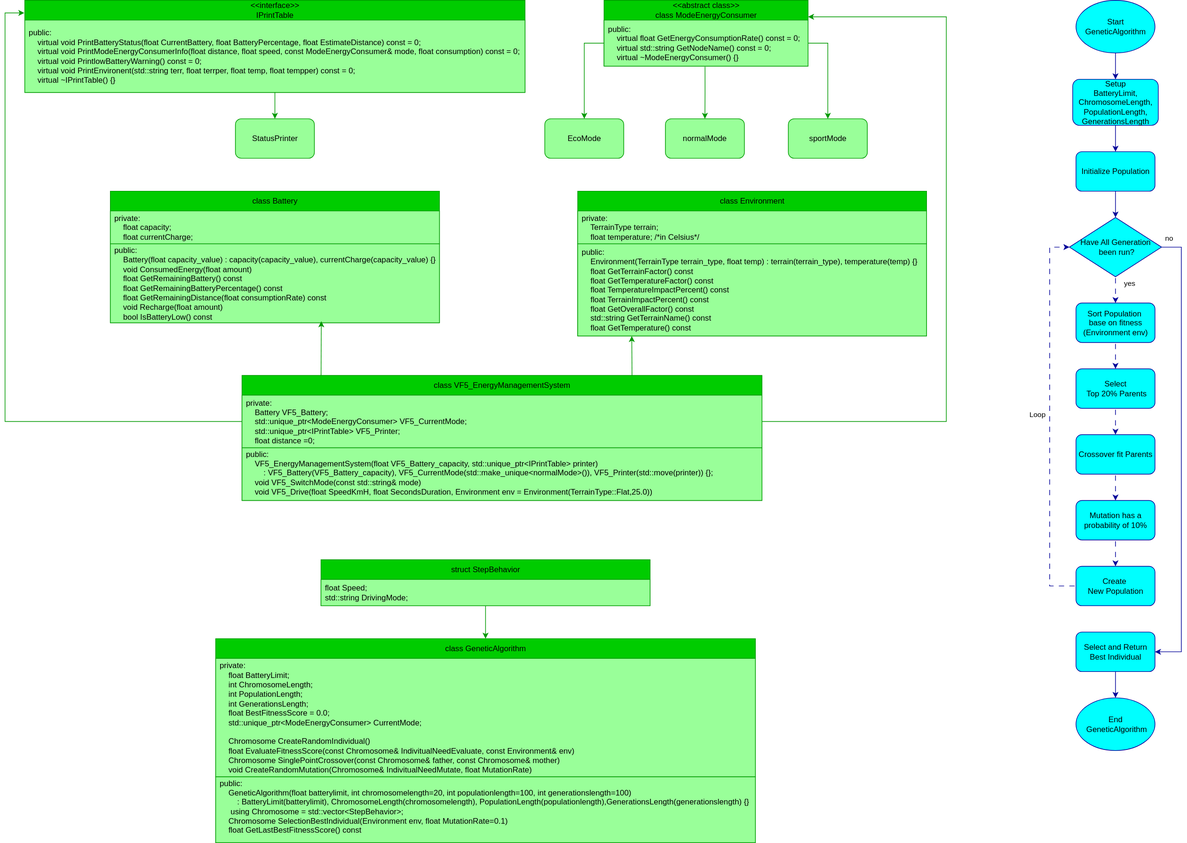
The draw.io diagram automotive/document/VF5_Energy_Management_GeneticAlgorithm.svg in BaKhai24/C-plus-plus, before a commit. Source tidied: cells renumbered, new cells last; positions are measured from the earlier drawing's top-left corner, leaving out a move shared by most shapes.
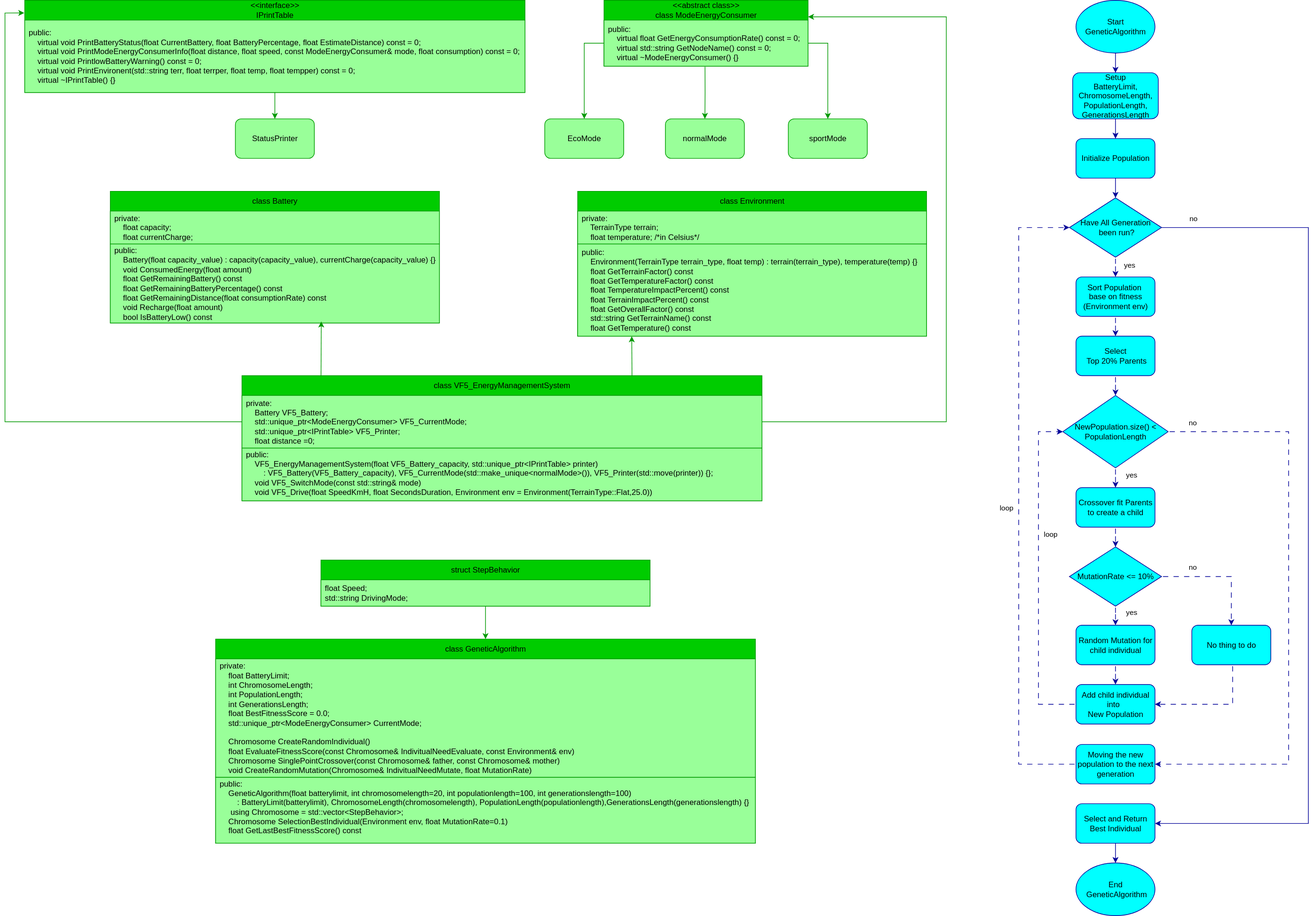
The same file after the commit.

Commit message:
update-energy-management-genetic-algorithm-4

The edit, as a diff of the source:
```diff
@@ -103,13 +103,13 @@
       <mxGeometry relative="1" as="geometry" />
     </mxCell>
     <mxCell id="30" value="Initialize Population" style="rounded=1;whiteSpace=wrap;html=1;strokeColor=#000099;fillColor=#00FFFF;" parent="1" vertex="1">
-      <mxGeometry x="1627" y="230" width="120" height="60" as="geometry" />
+      <mxGeometry x="1627" y="210" width="120" height="60" as="geometry" />
     </mxCell>
     <mxCell id="31" style="edgeStyle=orthogonalEdgeStyle;rounded=0;jettySize=auto;html=1;entryX=0.5;entryY=0;entryDx=0;entryDy=0;strokeColor=#000099;fillColor=#00FFFF;flowAnimation=1;" parent="1" edge="1" source="32" target="39">
       <mxGeometry relative="1" as="geometry" />
     </mxCell>
     <mxCell id="32" value="Sort Population&amp;nbsp;&lt;div&gt;base on fitness&lt;/div&gt;&lt;div&gt;(Environment&amp;nbsp;env)&lt;/div&gt;" style="rounded=1;whiteSpace=wrap;html=1;strokeColor=#000099;fillColor=#00FFFF;" parent="1" vertex="1">
-      <mxGeometry x="1627" y="460" width="120" height="60" as="geometry" />
+      <mxGeometry x="1627" y="420" width="120" height="60" as="geometry" />
     </mxCell>
     <mxCell id="33" style="edgeStyle=orthogonalEdgeStyle;rounded=0;jettySize=auto;html=1;entryX=0.5;entryY=0;entryDx=0;entryDy=0;strokeColor=#000099;fillColor=#00FFFF;flowAnimation=1;" parent="1" edge="1" source="37" target="32">
       <mxGeometry relative="1" as="geometry" />
@@ -122,67 +122,67 @@
     <mxCell id="35" style="edgeStyle=orthogonalEdgeStyle;rounded=0;jettySize=auto;html=1;entryX=1;entryY=0.5;entryDx=0;entryDy=0;strokeColor=#000099;fillColor=#00FFFF;" parent="1" edge="1" source="37" target="48">
       <mxGeometry relative="1" as="geometry">
         <Array as="points">
-          <mxPoint x="1787" y="375" />
-          <mxPoint x="1787" y="990" />
+          <mxPoint x="1980" y="345" />
+          <mxPoint x="1980" y="1250" />
         </Array>
       </mxGeometry>
     </mxCell>
     <mxCell id="36" value="no" style="edgeLabel;html=1;align=center;verticalAlign=middle;strokeColor=#000099;fillColor=#00FFFF;" parent="35" vertex="1">
       <mxGeometry x="-0.94" y="-1" relative="1" as="geometry">
-        <mxPoint x="-10" y="-16" as="offset" />
+        <mxPoint x="7" y="-16" as="offset" />
       </mxGeometry>
     </mxCell>
     <mxCell id="37" value="Have All Generation&lt;div&gt;&amp;nbsp;been run?&lt;/div&gt;" style="rhombus;whiteSpace=wrap;html=1;strokeColor=#000099;fillColor=#00FFFF;" parent="1" vertex="1">
-      <mxGeometry x="1617" y="330" width="140" height="90" as="geometry" />
+      <mxGeometry x="1617" y="300" width="140" height="90" as="geometry" />
     </mxCell>
-    <mxCell id="38" style="edgeStyle=orthogonalEdgeStyle;rounded=0;jettySize=auto;html=1;entryX=0.5;entryY=0;entryDx=0;entryDy=0;strokeColor=#000099;fillColor=#00FFFF;flowAnimation=1;" parent="1" edge="1" source="39" target="41">
-      <mxGeometry relative="1" as="geometry" />
-    </mxCell>
+    <mxCell id="58" style="edgeStyle=orthogonalEdgeStyle;rounded=0;jettySize=auto;html=1;strokeColor=#000099;flowAnimation=1;" parent="1" edge="1" source="39" target="66">
+      <mxGeometry relative="1" as="geometry" />
+    </mxCell>
     <mxCell id="39" value="Select&lt;div&gt;&amp;nbsp;Top 20% Parents&lt;/div&gt;" style="rounded=1;whiteSpace=wrap;html=1;strokeColor=#000099;fillColor=#00FFFF;" parent="1" vertex="1">
-      <mxGeometry x="1627" y="560" width="120" height="60" as="geometry" />
+      <mxGeometry x="1627" y="510" width="120" height="60" as="geometry" />
     </mxCell>
-    <mxCell id="40" style="edgeStyle=orthogonalEdgeStyle;rounded=0;jettySize=auto;html=1;strokeColor=#000099;fillColor=#00FFFF;flowAnimation=1;" parent="1" edge="1" source="41" target="43">
-      <mxGeometry relative="1" as="geometry" />
-    </mxCell>
+    <mxCell id="59" style="edgeStyle=orthogonalEdgeStyle;rounded=0;jettySize=auto;html=1;strokeColor=#000099;flowAnimation=1;" parent="1" edge="1" source="41" target="76">
+      <mxGeometry relative="1" as="geometry" />
+    </mxCell>
-    <mxCell id="41" value="Crossover fit Parents" style="rounded=1;whiteSpace=wrap;html=1;strokeColor=#000099;fillColor=#00FFFF;" parent="1" vertex="1">
-      <mxGeometry x="1627" y="660" width="120" height="60" as="geometry" />
+    <mxCell id="41" value="Crossover fit Parents&lt;div&gt;to create a child&lt;/div&gt;" style="rounded=1;whiteSpace=wrap;html=1;strokeColor=#000099;fillColor=#00FFFF;" parent="1" vertex="1">
+      <mxGeometry x="1627" y="740" width="120" height="60" as="geometry" />
     </mxCell>
-    <mxCell id="42" style="edgeStyle=orthogonalEdgeStyle;rounded=0;jettySize=auto;html=1;strokeColor=#000099;fillColor=#00FFFF;flowAnimation=1;" parent="1" edge="1" source="43" target="46">
+    <mxCell id="42" style="edgeStyle=orthogonalEdgeStyle;rounded=0;jettySize=auto;html=1;strokeColor=#000099;flowAnimation=1;" parent="1" edge="1" source="43" target="46">
       <mxGeometry relative="1" as="geometry" />
     </mxCell>
-    <mxCell id="43" value="Mutation has a probability of 10%" style="rounded=1;whiteSpace=wrap;html=1;strokeColor=#000099;fillColor=#00FFFF;" parent="1" vertex="1">
-      <mxGeometry x="1627" y="760" width="120" height="60" as="geometry" />
+    <mxCell id="43" value="Random Mutation for&lt;div&gt;child individual&lt;/div&gt;" style="rounded=1;whiteSpace=wrap;html=1;strokeColor=#000099;fillColor=#00FFFF;" parent="1" vertex="1">
+      <mxGeometry x="1627" y="949" width="120" height="60" as="geometry" />
     </mxCell>
-    <mxCell id="44" style="edgeStyle=orthogonalEdgeStyle;rounded=0;jettySize=auto;html=1;entryX=0;entryY=0.5;entryDx=0;entryDy=0;strokeColor=#000099;fillColor=#00FFFF;flowAnimation=1;" parent="1" edge="1" source="46" target="37">
-      <mxGeometry relative="1" as="geometry">
-        <Array as="points">
-          <mxPoint x="1587" y="890" />
-          <mxPoint x="1587" y="375" />
-        </Array>
-      </mxGeometry>
-    </mxCell>
-    <mxCell id="45" value="Loop" style="edgeLabel;html=1;align=center;verticalAlign=middle;strokeColor=#000099;fillColor=#00FFFF;" parent="44" vertex="1">
-      <mxGeometry x="0.03" y="-2" relative="1" as="geometry">
-        <mxPoint x="-22" as="offset" />
-      </mxGeometry>
-    </mxCell>
+    <mxCell id="60" style="edgeStyle=orthogonalEdgeStyle;rounded=0;jettySize=auto;html=1;entryX=0;entryY=0.5;entryDx=0;entryDy=0;strokeColor=#000099;flowAnimation=1;" parent="1" edge="1" source="46" target="66">
+      <mxGeometry relative="1" as="geometry">
+        <Array as="points">
+          <mxPoint x="1570" y="1069" />
+          <mxPoint x="1570" y="655" />
+        </Array>
+      </mxGeometry>
+    </mxCell>
+    <mxCell id="61" value="loop" style="edgeLabel;html=1;align=center;verticalAlign=middle;strokeColor=#000099;" parent="60" vertex="1">
+      <mxGeometry x="0.15" y="3" relative="1" as="geometry">
+        <mxPoint x="20" y="-24" as="offset" />
+      </mxGeometry>
+    </mxCell>
-    <mxCell id="46" value="Create&amp;nbsp;&lt;div&gt;New Population&lt;/div&gt;" style="rounded=1;whiteSpace=wrap;html=1;strokeColor=#000099;fillColor=#00FFFF;" parent="1" vertex="1">
-      <mxGeometry x="1627" y="860" width="120" height="60" as="geometry" />
+    <mxCell id="46" value="Add child individual into&amp;nbsp;&amp;nbsp;&lt;div&gt;New Population&lt;/div&gt;" style="rounded=1;whiteSpace=wrap;html=1;strokeColor=#000099;fillColor=#00FFFF;" parent="1" vertex="1">
+      <mxGeometry x="1627" y="1039" width="120" height="60" as="geometry" />
     </mxCell>
     <mxCell id="47" style="edgeStyle=orthogonalEdgeStyle;rounded=0;jettySize=auto;html=1;strokeColor=#000099;fillColor=#00FFFF;" parent="1" edge="1" source="48" target="49">
       <mxGeometry relative="1" as="geometry" />
     </mxCell>
     <mxCell id="48" value="Select and Return&lt;div&gt;Best Individual&lt;/div&gt;" style="rounded=1;whiteSpace=wrap;html=1;strokeColor=#000099;fillColor=#00FFFF;" parent="1" vertex="1">
-      <mxGeometry x="1627" y="960" width="120" height="60" as="geometry" />
+      <mxGeometry x="1627" y="1220" width="120" height="60" as="geometry" />
     </mxCell>
     <mxCell id="49" value="End&lt;div&gt;&amp;nbsp;GeneticAlgorithm&lt;/div&gt;" style="ellipse;whiteSpace=wrap;html=1;strokeColor=#000099;fillColor=#00FFFF;" parent="1" vertex="1">
-      <mxGeometry x="1627" y="1060" width="120" height="80" as="geometry" />
+      <mxGeometry x="1627" y="1310" width="120" height="80" as="geometry" />
     </mxCell>
     <mxCell id="50" style="edgeStyle=orthogonalEdgeStyle;rounded=0;jettySize=auto;html=1;strokeColor=#000099;fillColor=#00FFFF;" parent="1" edge="1" source="51" target="30">
       <mxGeometry relative="1" as="geometry" />
     </mxCell>
     <mxCell id="51" value="Setup&lt;div&gt;BatteryLimit, ChromosomeLength, PopulationLength, GenerationsLength&lt;/div&gt;" style="rounded=1;whiteSpace=wrap;html=1;strokeColor=#000099;fillColor=#00FFFF;" parent="1" vertex="1">
-      <mxGeometry x="1622" y="120" width="130" height="70" as="geometry" />
+      <mxGeometry x="1622" y="110" width="130" height="70" as="geometry" />
     </mxCell>
     <mxCell id="52" value="class GeneticAlgorithm" style="swimlane;fontStyle=0;horizontal=1;startSize=30;whiteSpace=wrap;html=1;strokeColor=#009900;fillColor=#00CC00;" parent="1" vertex="1">
       <mxGeometry x="320" y="970" width="820" height="310" as="geometry" />
@@ -202,5 +202,75 @@
     <mxCell id="57" value="&lt;div&gt;&lt;span style=&quot;background-color: transparent; color: light-dark(rgb(0, 0, 0), rgb(255, 255, 255));&quot;&gt;float Speed;&amp;nbsp; &amp;nbsp;&lt;/span&gt;&lt;/div&gt;&lt;div&gt;std::string DrivingMode;&lt;/div&gt;" style="text;strokeColor=#009900;fillColor=#99FF99;align=left;verticalAlign=middle;spacingLeft=4;spacingRight=4;overflow=hidden;whiteSpace=wrap;html=1;" parent="56" vertex="1">
       <mxGeometry y="30" width="500" height="40" as="geometry" />
     </mxCell>
+    <mxCell id="62" style="edgeStyle=orthogonalEdgeStyle;rounded=0;jettySize=auto;html=1;strokeColor=#000099;flowAnimation=1;" parent="1" edge="1" source="66" target="41">
+      <mxGeometry relative="1" as="geometry" />
+    </mxCell>
+    <mxCell id="63" value="yes" style="edgeLabel;html=1;align=center;verticalAlign=middle;strokeColor=#000099;" parent="62" vertex="1">
+      <mxGeometry x="0.04" relative="1" as="geometry">
+        <mxPoint x="23" y="-4" as="offset" />
+      </mxGeometry>
+    </mxCell>
+    <mxCell id="64" style="edgeStyle=orthogonalEdgeStyle;rounded=0;jettySize=auto;html=1;entryX=1;entryY=0.5;entryDx=0;entryDy=0;strokeColor=#000099;flowAnimation=1;" parent="1" edge="1" source="66" target="71">
+      <mxGeometry relative="1" as="geometry">
+        <Array as="points">
+          <mxPoint x="1950" y="655" />
+          <mxPoint x="1950" y="1160" />
+        </Array>
+      </mxGeometry>
+    </mxCell>
+    <mxCell id="65" value="no" style="edgeLabel;html=1;align=center;verticalAlign=middle;strokeColor=#000099;" parent="64" vertex="1">
+      <mxGeometry x="-0.86" y="-3" relative="1" as="geometry">
+        <mxPoint x="-26" y="-18" as="offset" />
+      </mxGeometry>
+    </mxCell>
+    <mxCell id="66" value="NewPopulation.size() &amp;lt; PopulationLength" style="rhombus;whiteSpace=wrap;html=1;strokeColor=#000099;fillColor=#00FFFF;" parent="1" vertex="1">
+      <mxGeometry x="1607" y="600" width="160" height="110" as="geometry" />
+    </mxCell>
+    <mxCell id="67" style="edgeStyle=orthogonalEdgeStyle;rounded=0;jettySize=auto;html=1;entryX=1;entryY=0.5;entryDx=0;entryDy=0;strokeColor=#000099;flowAnimation=1;" parent="1" edge="1" target="46">
+      <mxGeometry relative="1" as="geometry">
+        <mxPoint x="1865" y="1009" as="sourcePoint" />
+        <Array as="points">
+          <mxPoint x="1865" y="1069" />
+        </Array>
+      </mxGeometry>
+    </mxCell>
+    <mxCell id="68" value="No thing to do" style="rounded=1;whiteSpace=wrap;html=1;strokeColor=#000099;fillColor=#00FFFF;" parent="1" vertex="1">
+      <mxGeometry x="1803" y="949" width="120" height="60" as="geometry" />
+    </mxCell>
+    <mxCell id="69" style="edgeStyle=orthogonalEdgeStyle;rounded=0;jettySize=auto;html=1;entryX=0;entryY=0.5;entryDx=0;entryDy=0;strokeColor=#000099;flowAnimation=1;" parent="1" edge="1" source="71" target="37">
+      <mxGeometry relative="1" as="geometry">
+        <Array as="points">
+          <mxPoint x="1540" y="1160" />
+          <mxPoint x="1540" y="345" />
+        </Array>
+      </mxGeometry>
+    </mxCell>
+    <mxCell id="70" value="loop" style="edgeLabel;html=1;align=center;verticalAlign=middle;strokeColor=#000099;" parent="69" vertex="1">
+      <mxGeometry x="-0.04" y="1" relative="1" as="geometry">
+        <mxPoint x="-19" y="-5" as="offset" />
+      </mxGeometry>
+    </mxCell>
+    <mxCell id="71" value="Moving the new population to the next generation" style="rounded=1;whiteSpace=wrap;html=1;strokeColor=#000099;fillColor=#00FFFF;" parent="1" vertex="1">
+      <mxGeometry x="1627" y="1130" width="120" height="60" as="geometry" />
+    </mxCell>
+    <mxCell id="72" style="edgeStyle=orthogonalEdgeStyle;rounded=0;jettySize=auto;html=1;entryX=0.5;entryY=0;entryDx=0;entryDy=0;strokeColor=#000099;flowAnimation=1;" parent="1" edge="1" source="76" target="43">
+      <mxGeometry relative="1" as="geometry" />
+    </mxCell>
+    <mxCell id="73" value="yes" style="edgeLabel;html=1;align=center;verticalAlign=middle;strokeColor=#000099;" parent="72" vertex="1">
+      <mxGeometry x="-0.71" y="1" relative="1" as="geometry">
+        <mxPoint x="22" as="offset" />
+      </mxGeometry>
+    </mxCell>
+    <mxCell id="74" style="edgeStyle=orthogonalEdgeStyle;rounded=0;jettySize=auto;html=1;strokeColor=#000099;flowAnimation=1;" parent="1" edge="1" source="76" target="68">
+      <mxGeometry relative="1" as="geometry" />
+    </mxCell>
+    <mxCell id="75" value="no" style="edgeLabel;html=1;align=center;verticalAlign=middle;strokeColor=#000099;" parent="74" vertex="1">
+      <mxGeometry x="-0.6" relative="1" as="geometry">
+        <mxPoint x="10" y="-15" as="offset" />
+      </mxGeometry>
+    </mxCell>
+    <mxCell id="76" value="MutationRate &amp;lt;= 10%" style="rhombus;whiteSpace=wrap;html=1;strokeColor=#000099;fillColor=#00FFFF;" parent="1" vertex="1">
+      <mxGeometry x="1617" y="830" width="140" height="90" as="geometry" />
+    </mxCell>
   </root>
 </mxGraphModel>
```
